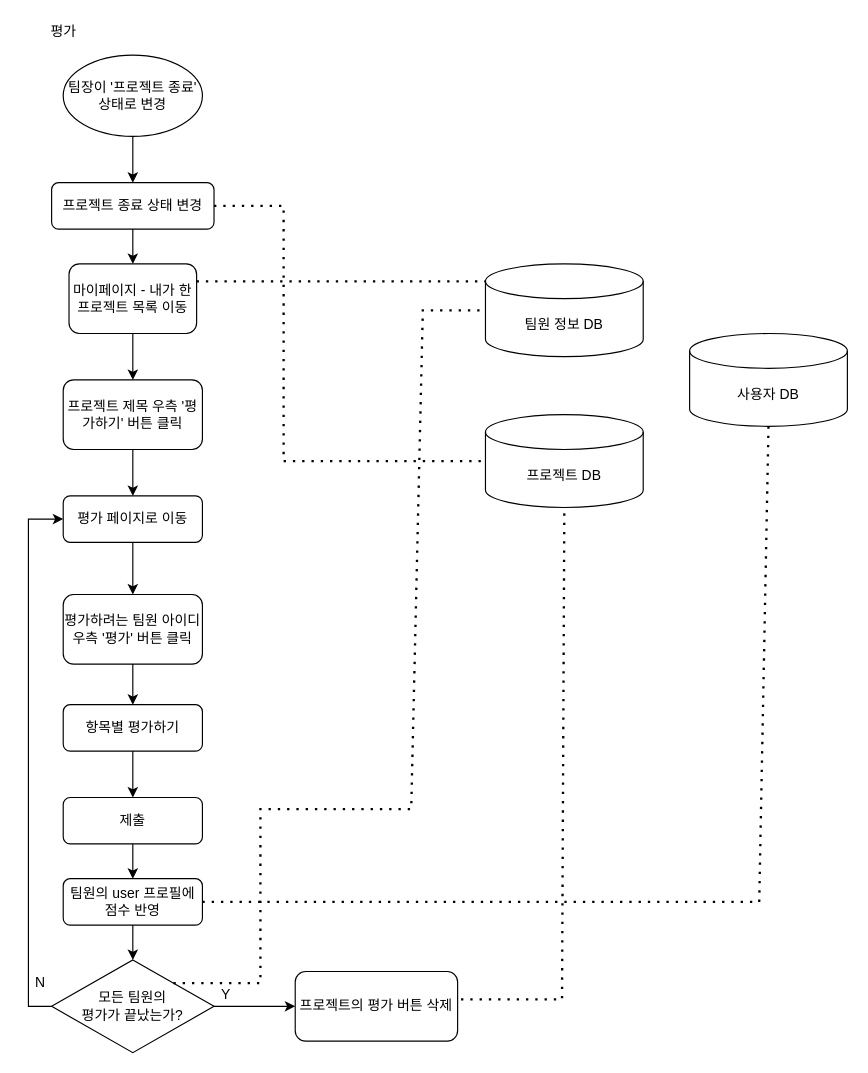
Earlier version of the draw.io diagram ServerSystem/Evaluation.drawio (ash0814/univ_assignments). Source tidied: cells renumbered, new cells numbered last; positions are measured from the earlier drawing's top-left corner, leaving out a move shared by most shapes. Both pictures are drawn from the tidied source at 116%, with x=0, y=0 at pixel (28, 20).
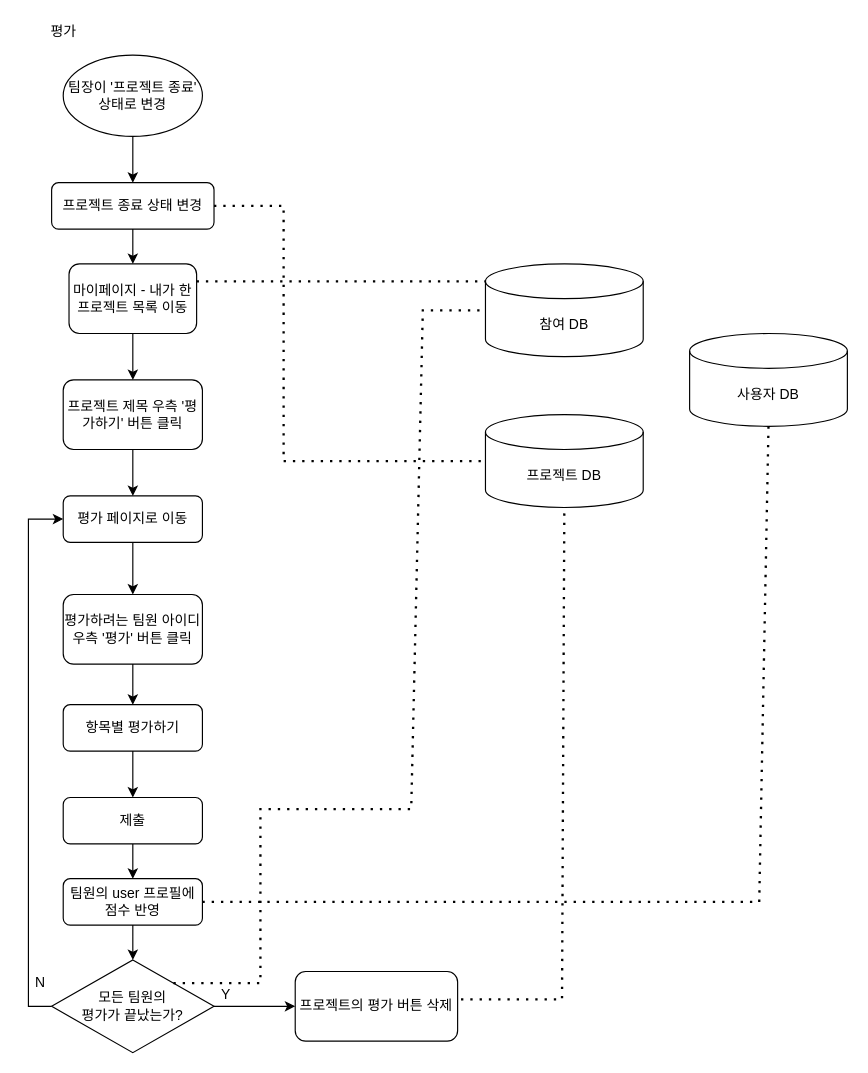
The same diagram, later.

Commit message:
Update Evaluation.drawio : 팀원정보->참여DB

What changed in the source:
```diff
@@
-    <mxCell id="26" value="팀원 정보 DB" style="shape=cylinder3;whiteSpace=wrap;html=1;boundedLbl=1;backgroundOutline=1;size=15;" parent="1" vertex="1">
+    <mxCell id="26" value="참여 DB" style="shape=cylinder3;whiteSpace=wrap;html=1;boundedLbl=1;backgroundOutline=1;size=15;" parent="1" vertex="1">
       <mxGeometry x="394" y="210" width="136" height="80" as="geometry" />
     </mxCell>
```
